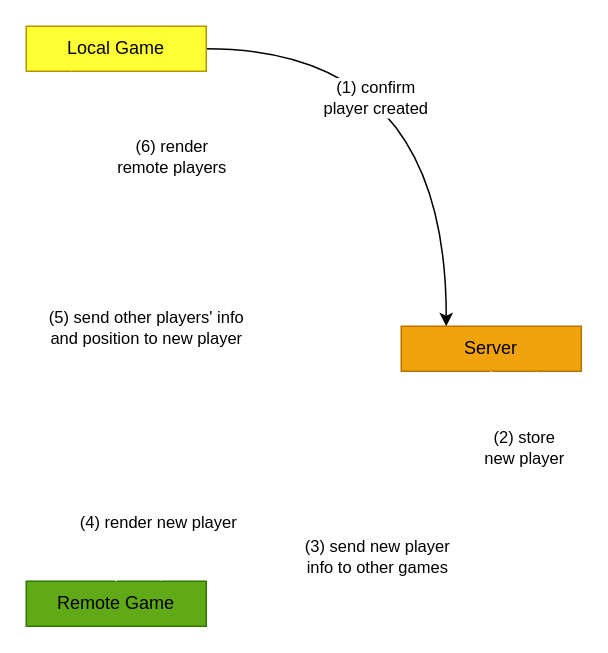
Earlier version of the draw.io diagram page "Player Joins The Game" (2 of 3) of server/events.drawio (sblasetti/unity-multiplayer-poc). Source tidied: cells renumbered, new cells numbered last; positions are measured from the earlier drawing's top-left corner, leaving out a move shared by most shapes. Both pictures are drawn from the tidied source at 150%, with x=0, y=0 at pixel (26, 26).
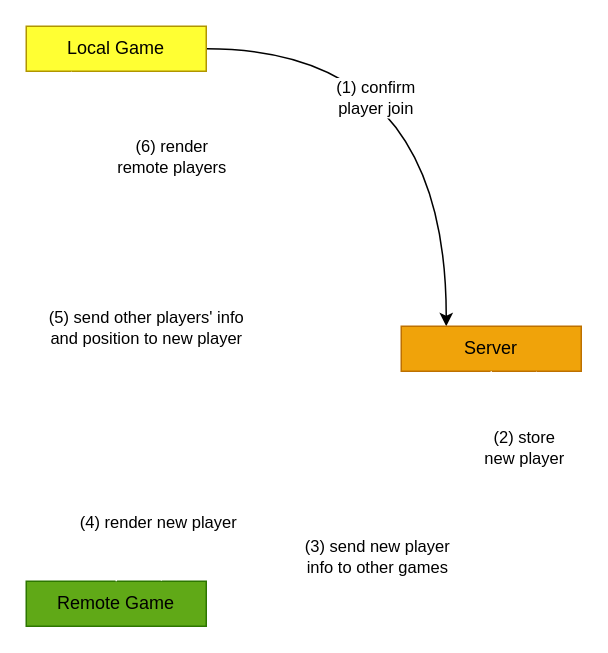
After the change.

Unchanged cells that the change refers to:
```xml
<mxCell id="4" style="edgeStyle=orthogonalEdgeStyle;rounded=0;jettySize=auto;html=1;exitX=1;exitY=0.5;exitDx=0;exitDy=0;entryX=0.25;entryY=0;entryDx=0;entryDy=0;curved=1;" parent="1" edge="1" source="6" target="11">
  <mxGeometry relative="1" as="geometry" />
</mxCell>
```

What changed in the source:
```diff
@@
-    <mxCell id="5" value="(1) confirm&lt;br&gt;player created" style="edgeLabel;html=1;align=center;verticalAlign=middle;" parent="4" vertex="1">
+    <mxCell id="5" value="(1) confirm&lt;br&gt;player join" style="edgeLabel;html=1;align=center;verticalAlign=middle;" parent="4" vertex="1">
       <mxGeometry x="-0.35" y="-32" relative="1" as="geometry" />
     </mxCell>
```
